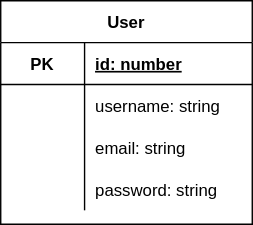
The draw.io diagram packages/entities/docs/er_diagram.svg in RaphaAmericano/magic-inventory-app, before a commit. Source tidied: cells renumbered, new cells last; positions are measured from the earlier drawing's top-left corner, leaving out a move shared by most shapes. Source of this version:
```xml
<mxGraphModel>
  <root>
    <mxCell id="0" />
    <mxCell id="1" parent="0" />
    <mxCell id="2" value="User" style="shape=table;startSize=30;rowLines=0;fontStyle=1;align=center;" parent="1" vertex="1">
      <mxGeometry width="180" height="160" as="geometry" />
    </mxCell>
    <mxCell id="3" style="shape=partialRectangle;fillColor=none;top=0;left=0;bottom=1;right=0;" parent="2" vertex="1">
      <mxGeometry y="30" width="180" height="30" as="geometry" />
    </mxCell>
    <mxCell id="4" value="PK" style="shape=partialRectangle;fillColor=none;top=0;left=0;bottom=0;right=0;fontStyle=1;overflow=hidden;" parent="3" vertex="1">
      <mxGeometry width="60" height="30" as="geometry" />
    </mxCell>
    <mxCell id="5" value="id: number" style="shape=partialRectangle;fillColor=none;top=0;left=0;bottom=0;right=0;align=left;spacingLeft=6;fontStyle=5;overflow=hidden;" parent="3" vertex="1">
      <mxGeometry x="60" width="120" height="30" as="geometry" />
    </mxCell>
    <mxCell id="6" style="shape=partialRectangle;fillColor=none;top=0;left=0;bottom=0;right=0;" parent="2" vertex="1">
      <mxGeometry y="60" width="180" height="30" as="geometry" />
    </mxCell>
    <mxCell id="7" style="shape=partialRectangle;fillColor=none;top=0;left=0;bottom=0;right=0;overflow=hidden;" parent="6" vertex="1">
      <mxGeometry width="60" height="30" as="geometry" />
    </mxCell>
    <mxCell id="8" value="username: string" style="shape=partialRectangle;fillColor=none;top=0;left=0;bottom=0;right=0;align=left;spacingLeft=6;overflow=hidden;" parent="6" vertex="1">
      <mxGeometry x="60" width="120" height="30" as="geometry" />
    </mxCell>
    <mxCell id="9" style="shape=partialRectangle;fillColor=none;top=0;left=0;bottom=0;right=0;" parent="2" vertex="1">
      <mxGeometry y="90" width="180" height="30" as="geometry" />
    </mxCell>
    <mxCell id="10" style="shape=partialRectangle;fillColor=none;top=0;left=0;bottom=0;right=0;overflow=hidden;" parent="9" vertex="1">
      <mxGeometry width="60" height="30" as="geometry" />
    </mxCell>
    <mxCell id="11" value="email: string" style="shape=partialRectangle;fillColor=none;top=0;left=0;bottom=0;right=0;align=left;spacingLeft=6;overflow=hidden;" parent="9" vertex="1">
      <mxGeometry x="60" width="120" height="30" as="geometry" />
    </mxCell>
    <mxCell id="12" style="shape=partialRectangle;fillColor=none;top=0;left=0;bottom=0;right=0;" parent="2" vertex="1">
      <mxGeometry y="120" width="180" height="30" as="geometry" />
    </mxCell>
    <mxCell id="13" style="shape=partialRectangle;fillColor=none;top=0;left=0;bottom=0;right=0;overflow=hidden;" parent="12" vertex="1">
      <mxGeometry width="60" height="30" as="geometry" />
    </mxCell>
    <mxCell id="14" value="password: string" style="shape=partialRectangle;fillColor=none;top=0;left=0;bottom=0;right=0;align=left;spacingLeft=6;overflow=hidden;" parent="12" vertex="1">
      <mxGeometry x="60" width="120" height="30" as="geometry" />
    </mxCell>
  </root>
</mxGraphModel>
```
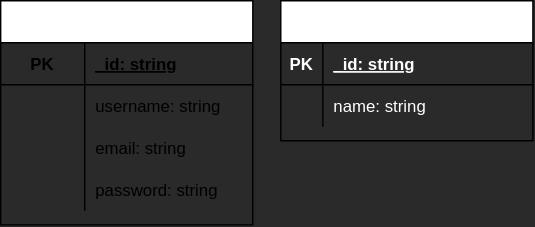
After the change.

Commit message:
feat: inventory form

The edit, as a diff of the source:
```diff
@@ -1,45 +1,67 @@
-<mxGraphModel>
+<mxGraphModel background="#2A2A2A">
   <root>
     <mxCell id="0" />
     <mxCell id="1" parent="0" />
+    <mxCell id="15" value="Untitled Layer" parent="0" />
-    <mxCell id="2" value="User" style="shape=table;startSize=30;rowLines=0;fontStyle=1;align=center;" parent="1" vertex="1">
+    <mxCell id="2" value="User" style="shape=table;startSize=30;rowLines=0;fontStyle=1;align=center;fontColor=#FFFFFF;labelBackgroundColor=none;fillColor=default;" parent="15" vertex="1">
       <mxGeometry width="180" height="160" as="geometry" />
     </mxCell>
     <mxCell id="3" style="shape=partialRectangle;fillColor=none;top=0;left=0;bottom=1;right=0;" parent="2" vertex="1">
       <mxGeometry y="30" width="180" height="30" as="geometry" />
     </mxCell>
-    <mxCell id="4" value="PK" style="shape=partialRectangle;fillColor=none;top=0;left=0;bottom=0;right=0;fontStyle=1;overflow=hidden;" parent="3" vertex="1">
-      <mxGeometry width="60" height="30" as="geometry" />
-    </mxCell>
-    <mxCell id="5" value="id: number" style="shape=partialRectangle;fillColor=none;top=0;left=0;bottom=0;right=0;align=left;spacingLeft=6;fontStyle=5;overflow=hidden;" parent="3" vertex="1">
-      <mxGeometry x="60" width="120" height="30" as="geometry" />
-    </mxCell>
+    <mxCell id="16" value="PK" style="shape=partialRectangle;fillColor=none;top=0;left=0;bottom=0;right=0;fontStyle=1;overflow=hidden;labelBackgroundColor=none;" parent="3" vertex="1">
+      <mxGeometry width="60" height="30" as="geometry" />
+    </mxCell>
+    <mxCell id="17" value="_id: string" style="shape=partialRectangle;fillColor=none;top=0;left=0;bottom=0;right=0;align=left;spacingLeft=6;fontStyle=5;overflow=hidden;" parent="3" vertex="1">
+      <mxGeometry x="60" width="120" height="30" as="geometry" />
+    </mxCell>
     <mxCell id="6" style="shape=partialRectangle;fillColor=none;top=0;left=0;bottom=0;right=0;" parent="2" vertex="1">
       <mxGeometry y="60" width="180" height="30" as="geometry" />
     </mxCell>
-    <mxCell id="7" style="shape=partialRectangle;fillColor=none;top=0;left=0;bottom=0;right=0;overflow=hidden;" parent="6" vertex="1">
-      <mxGeometry width="60" height="30" as="geometry" />
-    </mxCell>
+    <mxCell id="18" style="shape=partialRectangle;fillColor=none;top=0;left=0;bottom=0;right=0;overflow=hidden;labelBackgroundColor=none;labelBorderColor=none;" parent="6" vertex="1">
+      <mxGeometry width="60" height="30" as="geometry" />
+    </mxCell>
     <mxCell id="8" value="username: string" style="shape=partialRectangle;fillColor=none;top=0;left=0;bottom=0;right=0;align=left;spacingLeft=6;overflow=hidden;" parent="6" vertex="1">
       <mxGeometry x="60" width="120" height="30" as="geometry" />
     </mxCell>
     <mxCell id="9" style="shape=partialRectangle;fillColor=none;top=0;left=0;bottom=0;right=0;" parent="2" vertex="1">
       <mxGeometry y="90" width="180" height="30" as="geometry" />
     </mxCell>
-    <mxCell id="10" style="shape=partialRectangle;fillColor=none;top=0;left=0;bottom=0;right=0;overflow=hidden;" parent="9" vertex="1">
-      <mxGeometry width="60" height="30" as="geometry" />
-    </mxCell>
+    <mxCell id="19" style="shape=partialRectangle;fillColor=none;top=0;left=0;bottom=0;right=0;overflow=hidden;" parent="9" vertex="1">
+      <mxGeometry width="60" height="30" as="geometry" />
+    </mxCell>
     <mxCell id="11" value="email: string" style="shape=partialRectangle;fillColor=none;top=0;left=0;bottom=0;right=0;align=left;spacingLeft=6;overflow=hidden;" parent="9" vertex="1">
       <mxGeometry x="60" width="120" height="30" as="geometry" />
     </mxCell>
     <mxCell id="12" style="shape=partialRectangle;fillColor=none;top=0;left=0;bottom=0;right=0;" parent="2" vertex="1">
       <mxGeometry y="120" width="180" height="30" as="geometry" />
     </mxCell>
-    <mxCell id="13" style="shape=partialRectangle;fillColor=none;top=0;left=0;bottom=0;right=0;overflow=hidden;" parent="12" vertex="1">
-      <mxGeometry width="60" height="30" as="geometry" />
-    </mxCell>
+    <mxCell id="20" style="shape=partialRectangle;fillColor=none;top=0;left=0;bottom=0;right=0;overflow=hidden;" parent="12" vertex="1">
+      <mxGeometry width="60" height="30" as="geometry" />
+    </mxCell>
     <mxCell id="14" value="password: string" style="shape=partialRectangle;fillColor=none;top=0;left=0;bottom=0;right=0;align=left;spacingLeft=6;overflow=hidden;" parent="12" vertex="1">
       <mxGeometry x="60" width="120" height="30" as="geometry" />
     </mxCell>
+    <mxCell id="21" value="Inventory" style="shape=table;startSize=30;rowLines=0;fontStyle=1;align=center;labelBackgroundColor=none;labelBorderColor=none;fontColor=#FFFFFF;strokeWidth=1;fillColor=default;gradientColor=none;" parent="15" vertex="1">
+      <mxGeometry x="200" width="180" height="100" as="geometry" />
+    </mxCell>
+    <mxCell id="22" style="shape=partialRectangle;fillColor=none;top=0;left=0;bottom=1;right=0;labelBackgroundColor=none;labelBorderColor=none;fontColor=#FFFFFF;strokeWidth=1;" parent="21" vertex="1">
+      <mxGeometry y="30" width="180" height="30" as="geometry" />
+    </mxCell>
+    <mxCell id="23" value="PK" style="shape=partialRectangle;fillColor=none;top=0;left=0;bottom=0;right=0;fontStyle=1;overflow=hidden;labelBackgroundColor=none;labelBorderColor=none;fontColor=#FFFFFF;strokeWidth=0;" parent="22" vertex="1">
+      <mxGeometry width="30" height="30" as="geometry" />
+    </mxCell>
+    <mxCell id="24" value="_id: string" style="shape=partialRectangle;fillColor=none;top=0;left=0;bottom=0;right=0;align=left;spacingLeft=6;fontStyle=5;overflow=hidden;labelBackgroundColor=none;labelBorderColor=none;fontColor=#FFFFFF;strokeWidth=0;" parent="22" vertex="1">
+      <mxGeometry x="30" width="150" height="30" as="geometry" />
+    </mxCell>
+    <mxCell id="25" style="shape=partialRectangle;fillColor=none;top=0;left=0;bottom=0;right=0;labelBackgroundColor=none;labelBorderColor=none;fontColor=#FFFFFF;strokeWidth=0;" parent="21" vertex="1">
+      <mxGeometry y="60" width="180" height="30" as="geometry" />
+    </mxCell>
+    <mxCell id="26" style="shape=partialRectangle;fillColor=none;top=0;left=0;bottom=0;right=0;overflow=hidden;labelBackgroundColor=none;labelBorderColor=none;fontColor=#FFFFFF;strokeWidth=0;" parent="25" vertex="1">
+      <mxGeometry width="30" height="30" as="geometry" />
+    </mxCell>
+    <mxCell id="27" value="name: string" style="shape=partialRectangle;fillColor=none;top=0;left=0;bottom=0;right=0;align=left;spacingLeft=6;overflow=hidden;labelBackgroundColor=none;labelBorderColor=none;fontColor=#FFFFFF;strokeWidth=0;" parent="25" vertex="1">
+      <mxGeometry x="30" width="150" height="30" as="geometry" />
+    </mxCell>
   </root>
 </mxGraphModel>
```
